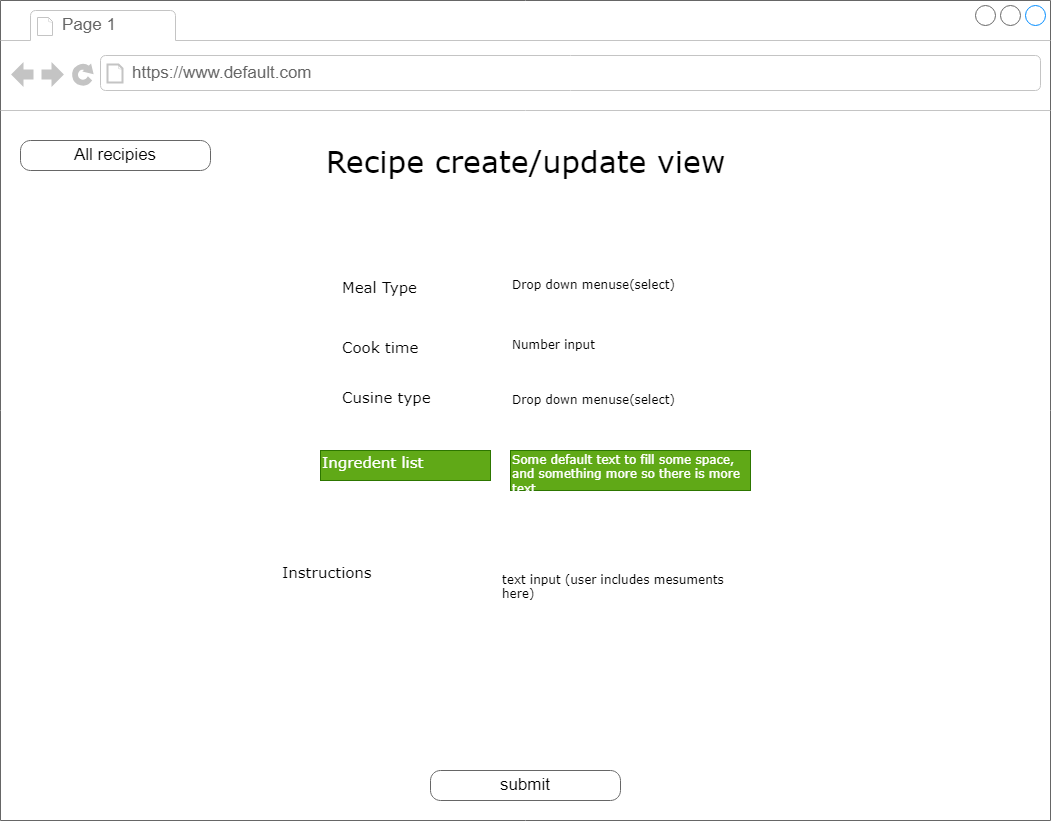
kfacison/Recipe_Repo_Project_2 keeps this draw.io diagram as assets/Recipe-Create_Update-View.drawio.png. Above is the earlier version. Source tidied: cells renumbered, new cells last; positions are measured from the earlier drawing's top-left corner, leaving out a move shared by most shapes.
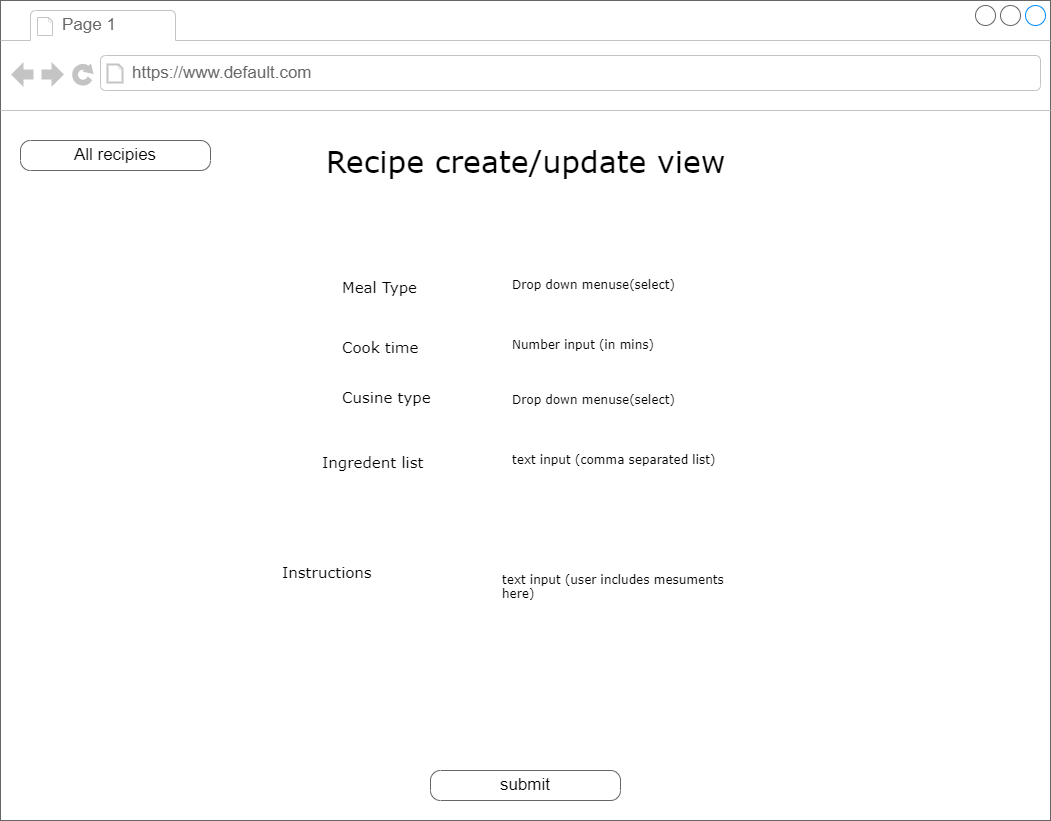
Above is the later version.

Diff of the diagram source:
```diff
@@ -23,7 +23,7 @@
     <mxCell id="8" value="Meal Type" style="text;html=1;align=left;verticalAlign=top;spacingTop=-4;fontSize=15;fontFamily=Verdana;" parent="2" vertex="1">
       <mxGeometry x="340" y="275" width="170" height="30" as="geometry" />
     </mxCell>
-    <mxCell id="9" value="Number input" style="text;html=1;align=left;verticalAlign=top;spacingTop=-4;fontSize=12;fontFamily=Verdana;whiteSpace=wrap;" parent="2" vertex="1">
+    <mxCell id="9" value="Number input (in mins)" style="text;html=1;align=left;verticalAlign=top;spacingTop=-4;fontSize=12;fontFamily=Verdana;whiteSpace=wrap;" parent="2" vertex="1">
       <mxGeometry x="510" y="335" width="240" height="40" as="geometry" />
     </mxCell>
     <mxCell id="10" value="Cusine type" style="text;html=1;align=left;verticalAlign=top;spacingTop=-4;fontSize=15;fontFamily=Verdana;" parent="2" vertex="1">
@@ -38,10 +38,10 @@
     <mxCell id="13" value="Drop down menuse(select)" style="text;html=1;align=left;verticalAlign=top;spacingTop=-4;fontSize=12;fontFamily=Verdana;whiteSpace=wrap;" parent="2" vertex="1">
       <mxGeometry x="510" y="275" width="240" height="40" as="geometry" />
     </mxCell>
-    <mxCell id="14" value="Ingredent list" style="text;html=1;align=left;verticalAlign=top;spacingTop=-4;fontSize=15;fontFamily=Verdana;fillColor=#60a917;fontColor=#ffffff;strokeColor=#2D7600;" parent="2" vertex="1">
+    <mxCell id="14" value="Ingredent list" style="text;html=1;align=left;verticalAlign=top;spacingTop=-4;fontSize=15;fontFamily=Verdana;" parent="2" vertex="1">
       <mxGeometry x="320" y="450" width="170" height="30" as="geometry" />
     </mxCell>
-    <mxCell id="15" value="Some default text to fill some space, and&amp;nbsp;&lt;span&gt;something more so there is more text&lt;/span&gt;" style="text;html=1;align=left;verticalAlign=top;spacingTop=-4;fontSize=12;fontFamily=Verdana;whiteSpace=wrap;fillColor=#60a917;fontColor=#ffffff;strokeColor=#2D7600;" parent="2" vertex="1">
+    <mxCell id="15" value="text input (comma separated list)" style="text;html=1;align=left;verticalAlign=top;spacingTop=-4;fontSize=12;fontFamily=Verdana;whiteSpace=wrap;" parent="2" vertex="1">
       <mxGeometry x="510" y="450" width="240" height="40" as="geometry" />
     </mxCell>
     <mxCell id="16" value="Instructions" style="text;html=1;align=left;verticalAlign=top;spacingTop=-4;fontSize=15;fontFamily=Verdana;" parent="2" vertex="1">
```
